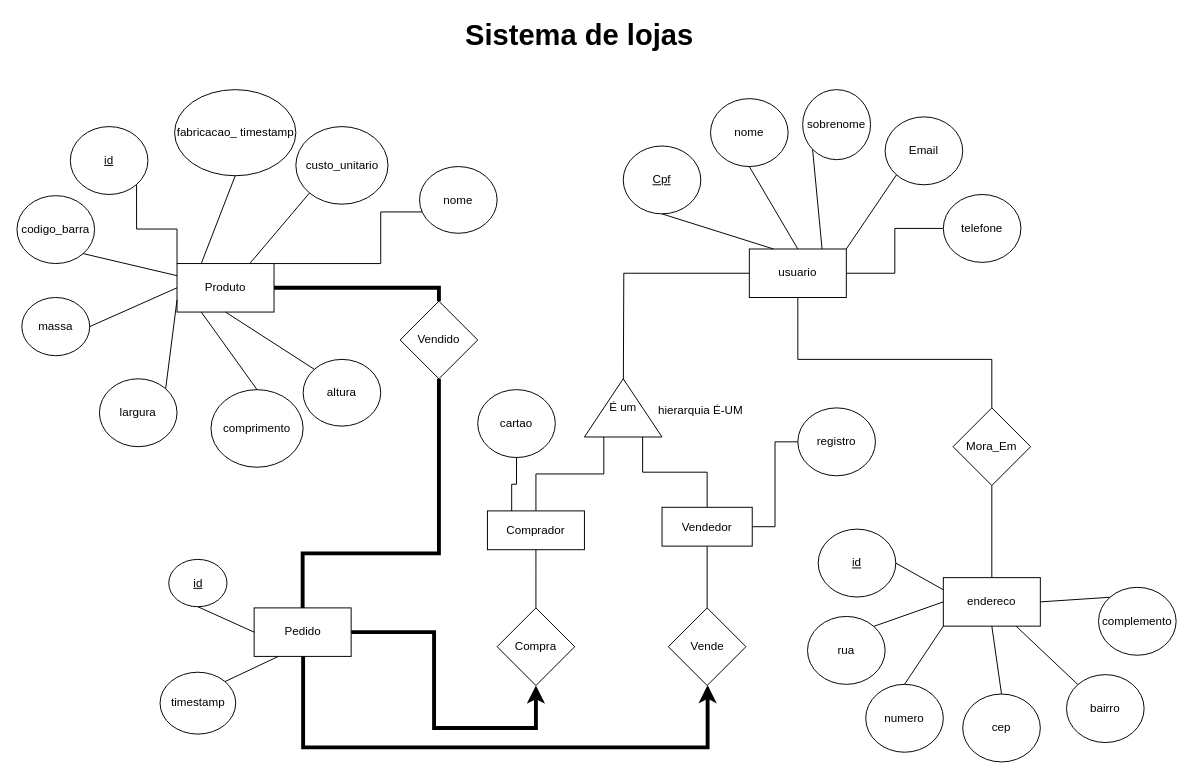
The draw.io diagram tga.drawio in alinenunessouza/db, before the edit. Source tidied: cells renumbered, new cells numbered last; positions are measured from the earlier drawing's top-left corner, leaving out a move shared by most shapes. Both pictures are drawn from the tidied source at 97%, with x=0, y=0 at pixel (16, 19).
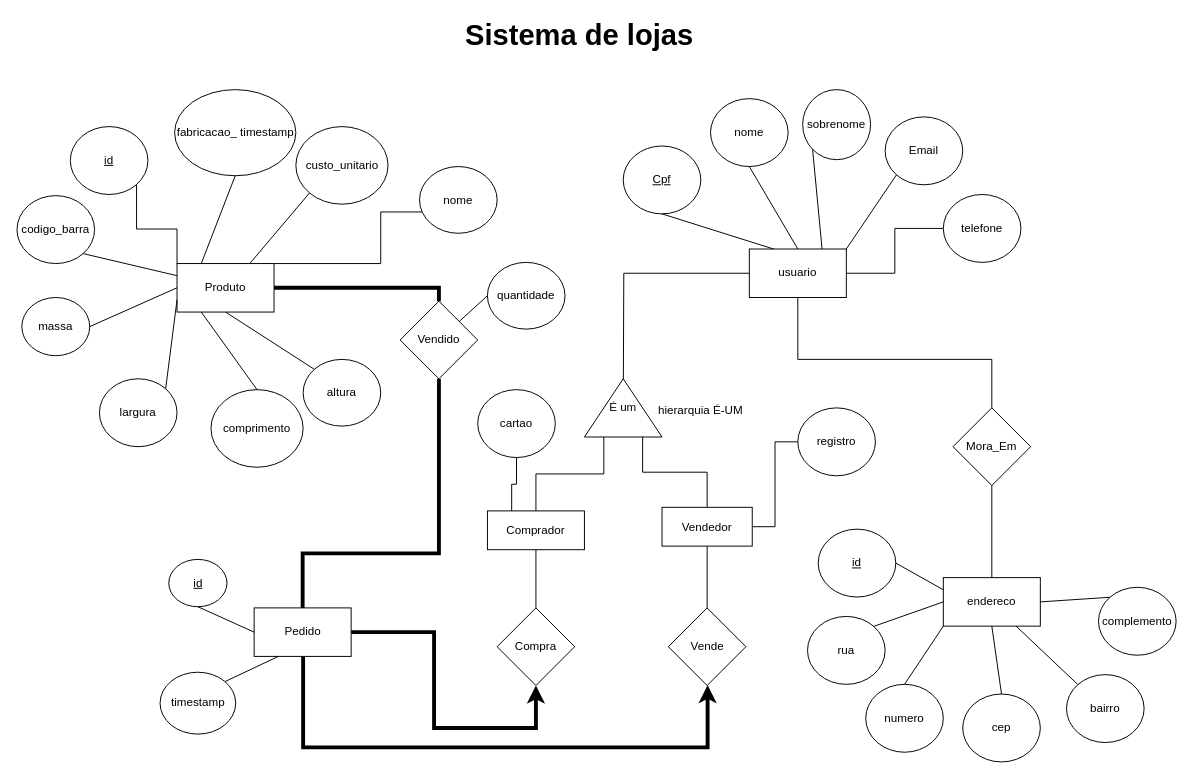
After the change.

Commit message:
Update with product quantity

Unchanged cells that the change refers to:
```xml
<mxCell id="59" value="Vendido" style="rhombus;whiteSpace=wrap;html=1;strokeWidth=1;" parent="1" vertex="1">
  <mxGeometry x="395" y="290" width="80" height="80" as="geometry" />
</mxCell>
```

Diff of the diagram source:
```diff
@@
+    <mxCell id="74" value="quantidade" style="ellipse;whiteSpace=wrap;html=1;" parent="1" vertex="1">
+      <mxGeometry x="485" y="250" width="80" height="68.8" as="geometry" />
+    </mxCell>
+    <mxCell id="75" style="endArrow=none;html=1;rounded=0;strokeWidth=1;entryX=0;entryY=0.5;entryDx=0;entryDy=0;" parent="1" edge="1" source="59" target="74">
+      <mxGeometry relative="1" as="geometry" />
+    </mxCell>
```
